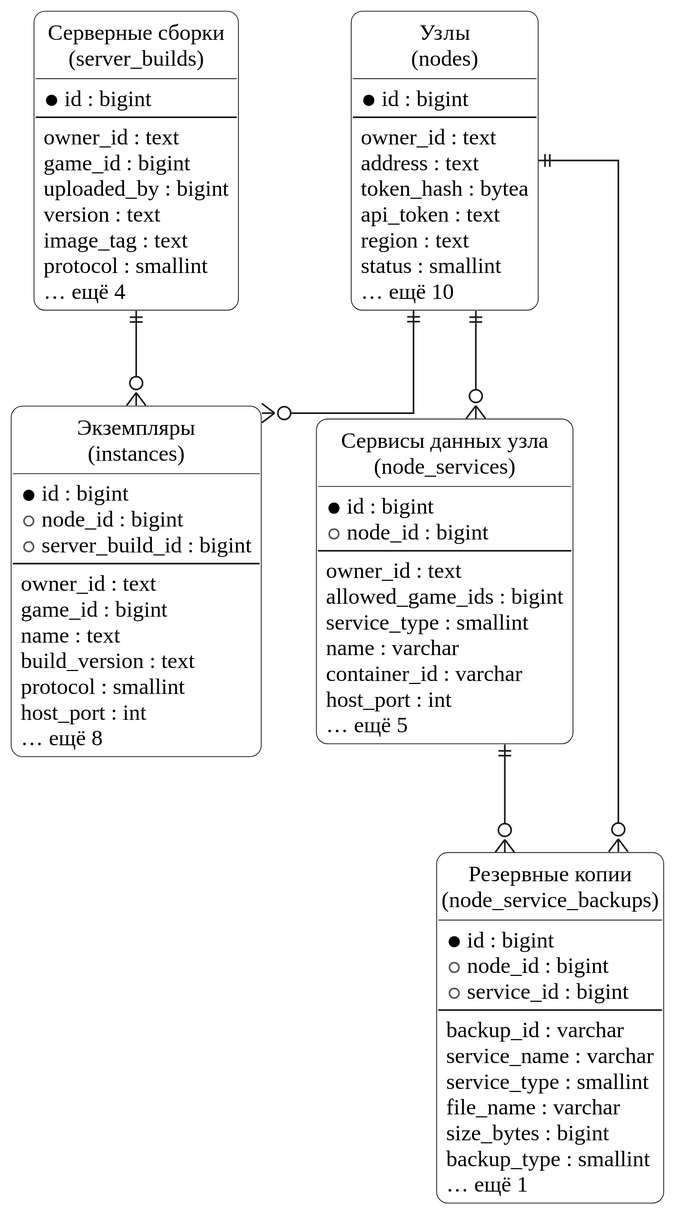
Before: docs/data-model/orchestrator.svg, a diagram exported from PlantUML (Be4Die/game-developer-hub). Its diagram source:
```plantuml
@startuml
!include ../uml/style.iuml
hide circle
skinparam linetype ortho
skinparam classBackgroundColor white
entity "Узлы\n(nodes)" as nodes {
  * id : bigint
  --
  owner_id : text
  address : text
  token_hash : bytea
  api_token : text
  region : text
  status : smallint
  … ещё 10
}
entity "Серверные сборки\n(server_builds)" as server_builds {
  * id : bigint
  --
  owner_id : text
  game_id : bigint
  uploaded_by : bigint
  version : text
  image_tag : text
  protocol : smallint
  … ещё 4
}
entity "Экземпляры\n(instances)" as instances {
  * id : bigint
  + node_id : bigint
  + server_build_id : bigint
  --
  owner_id : text
  game_id : bigint
  name : text
  build_version : text
  protocol : smallint
  host_port : int
  … ещё 8
}
entity "Сервисы данных узла\n(node_services)" as node_services {
  * id : bigint
  + node_id : bigint
  --
  owner_id : text
  allowed_game_ids : bigint
  service_type : smallint
  name : varchar
  container_id : varchar
  host_port : int
  … ещё 5
}
entity "Резервные копии\n(node_service_backups)" as node_service_backups {
  * id : bigint
  + node_id : bigint
  + service_id : bigint
  --
  backup_id : varchar
  service_name : varchar
  service_type : smallint
  file_name : varchar
  size_bytes : bigint
  backup_type : smallint
  … ещё 1
}
nodes ||--o{ instances
server_builds ||--o{ instances
nodes ||--o{ node_services
nodes ||--o{ node_service_backups
node_services ||--o{ node_service_backups
@enduml
```
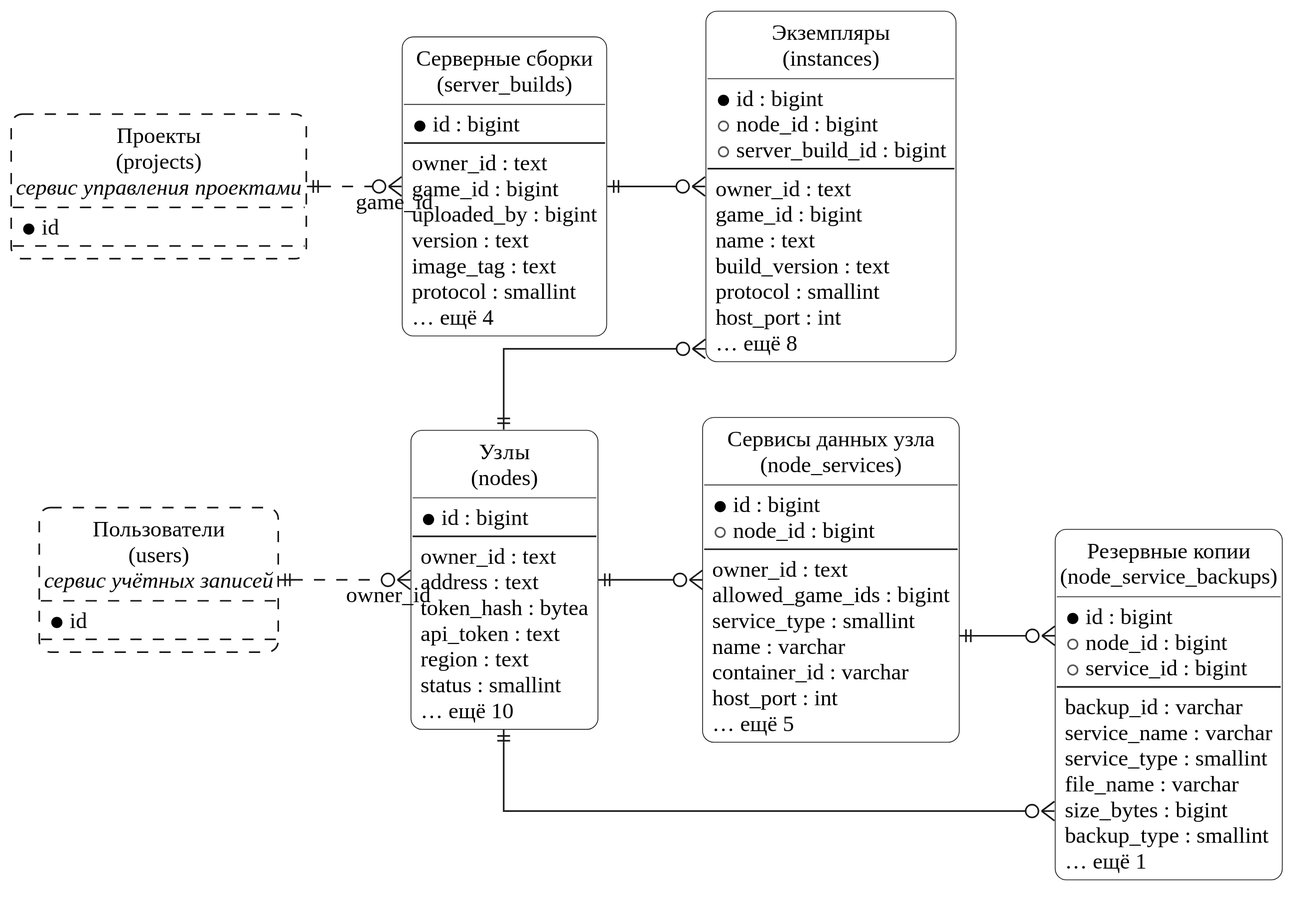
The same file after the commit.

The edit, as a diff of the source:
```diff
@@ -3,6 +3,7 @@
 hide circle
 skinparam linetype ortho
 skinparam classBackgroundColor white
+left to right direction
 entity "Узлы\n(nodes)" as nodes {
   * id : bigint
   --
@@ -68,4 +69,12 @@
 nodes ||--o{ node_services
 nodes ||--o{ node_service_backups
 node_services ||--o{ node_service_backups
+entity "Проекты\n(projects)\n<i>сервис управления проектами</i>" as projects #line.dashed {
+  * id
+}
+entity "Пользователи\n(users)\n<i>сервис учётных записей</i>" as users #line.dashed {
+  * id
+}
+users ||..o{ nodes : owner_id
+projects ||..o{ server_builds : game_id
 @enduml
```
